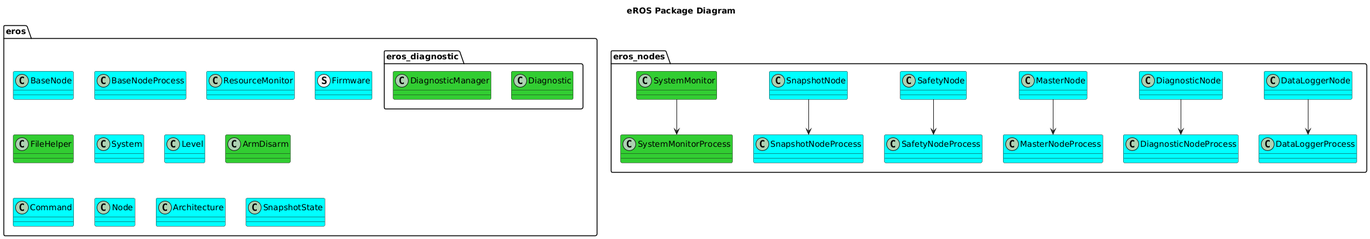
dgitz/eros keeps this PlantUML diagram as doc/output/EROSPackageDiagram.png. Above is the earlier version.
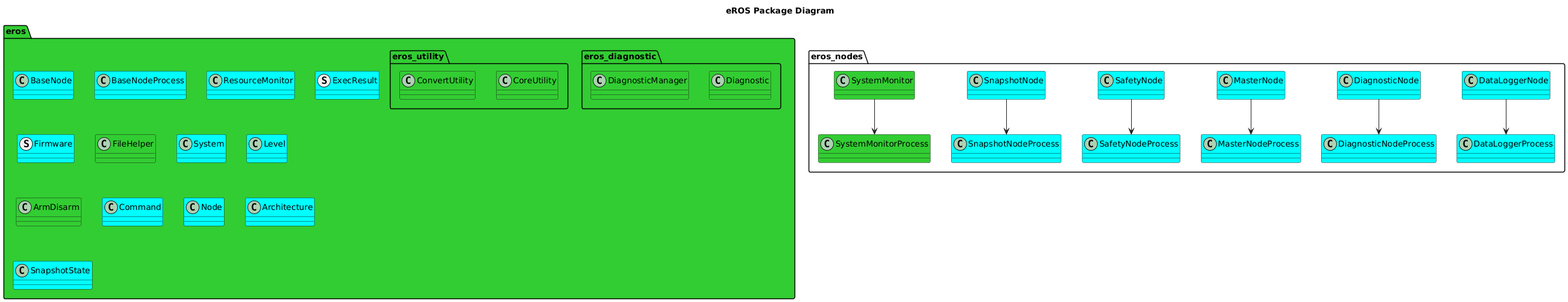
After the commit.

What changed in the source:
```diff
@@ -1,10 +1,11 @@
 @startuml
 title eROS Package Diagram
-package eros {
+package eros #LimeGreen {
     class BaseNode #Cyan
     class BaseNodeProcess #Cyan
 
     class ResourceMonitor #Cyan
+    struct ExecResult #Cyan
     struct Firmware #Cyan
     class FileHelper #LimeGreen
     class System #Cyan
@@ -14,10 +15,15 @@
     class Node #Cyan
     class Architecture #Cyan
     class SnapshotState #Cyan
-    package eros_diagnostic {
+    namespace eros_diagnostic #LimeGreen {
         class Diagnostic #LimeGreen
         class DiagnosticManager #LimeGreen
     }
+    namespace eros_utility {
+        class CoreUtility #LimeGreen
+        class ConvertUtility #LimeGreen
+    }
+
 
 }
 package eros_nodes {
```
